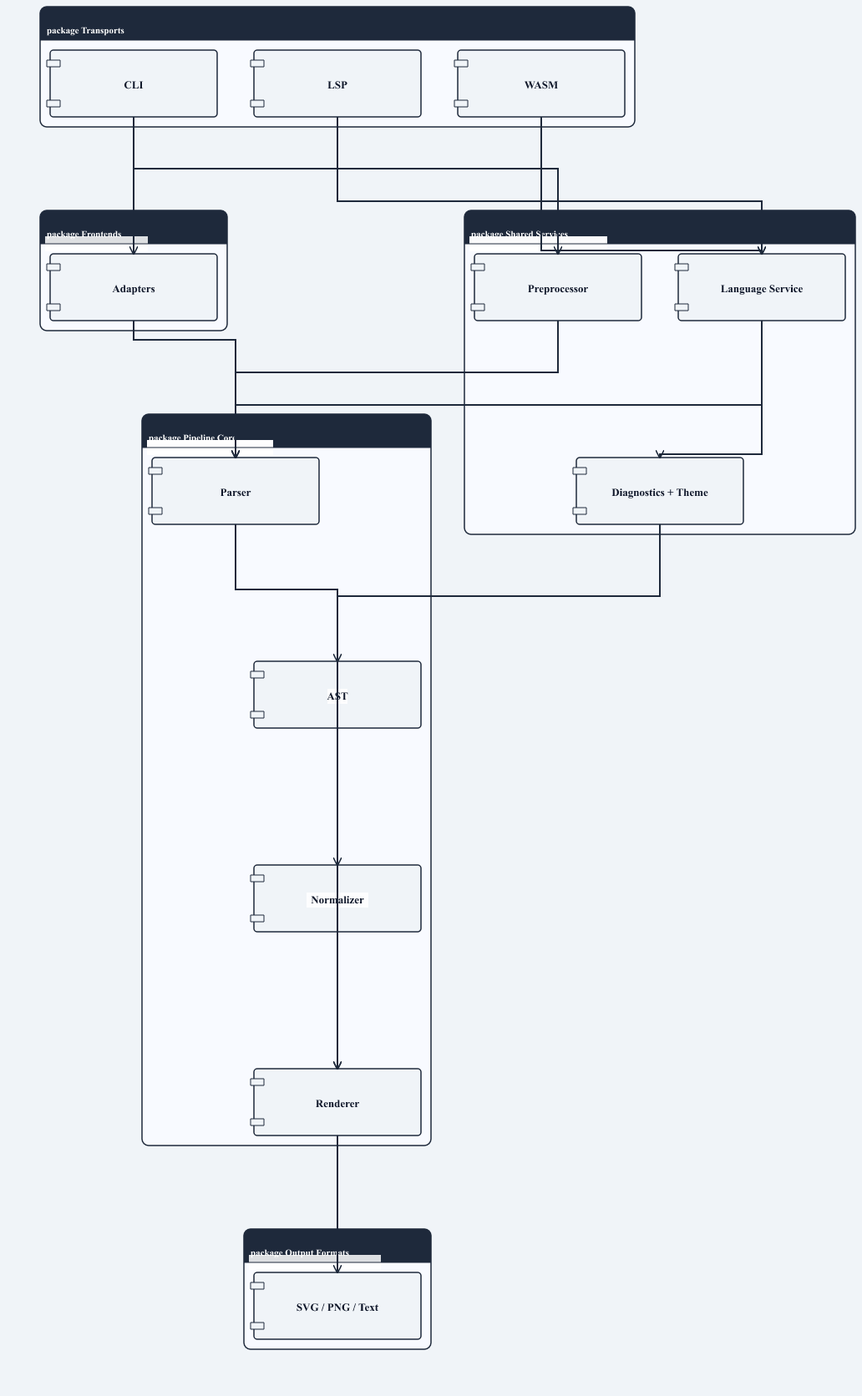
alliecatowo/puml keeps this PlantUML diagram as docs/diagrams/architecture-overview.png. Above is the earlier version. Its source is kept beside it as docs/diagrams/architecture-overview.puml.
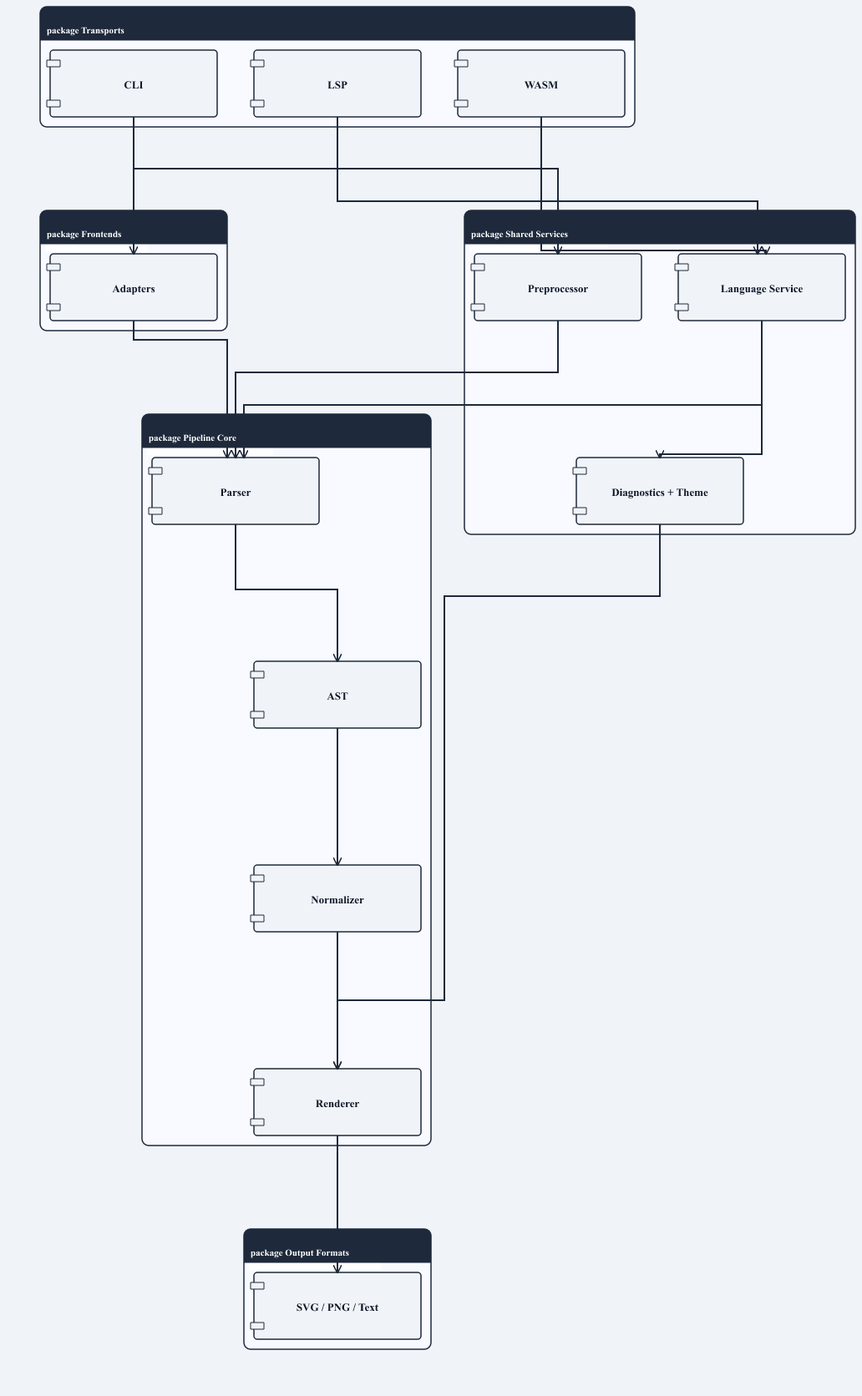
Later version of the same file.

Commit message:
fix(layout): expand package frame width to fit header text + fix arch-overview source (Closes #1385)

Change to the diagram source:
```diff
@@ -9,7 +9,7 @@
 }
 
 package "Frontends" {
-  component [Adapters] as Frontends
+  component [Adapters] as AdaptersComp
 }
 
 package "Shared Services" {
@@ -29,12 +29,12 @@
   component [SVG / PNG / Text] as Outputs
 }
 
-CLI --> Frontends
+CLI --> AdaptersComp
 CLI --> Preproc
 LSP --> LangSvc
 WASM --> LangSvc
 
-Frontends --> Parser
+AdaptersComp --> Parser
 Preproc --> Parser
 LangSvc --> Parser
 LangSvc --> RenderSupport
```
